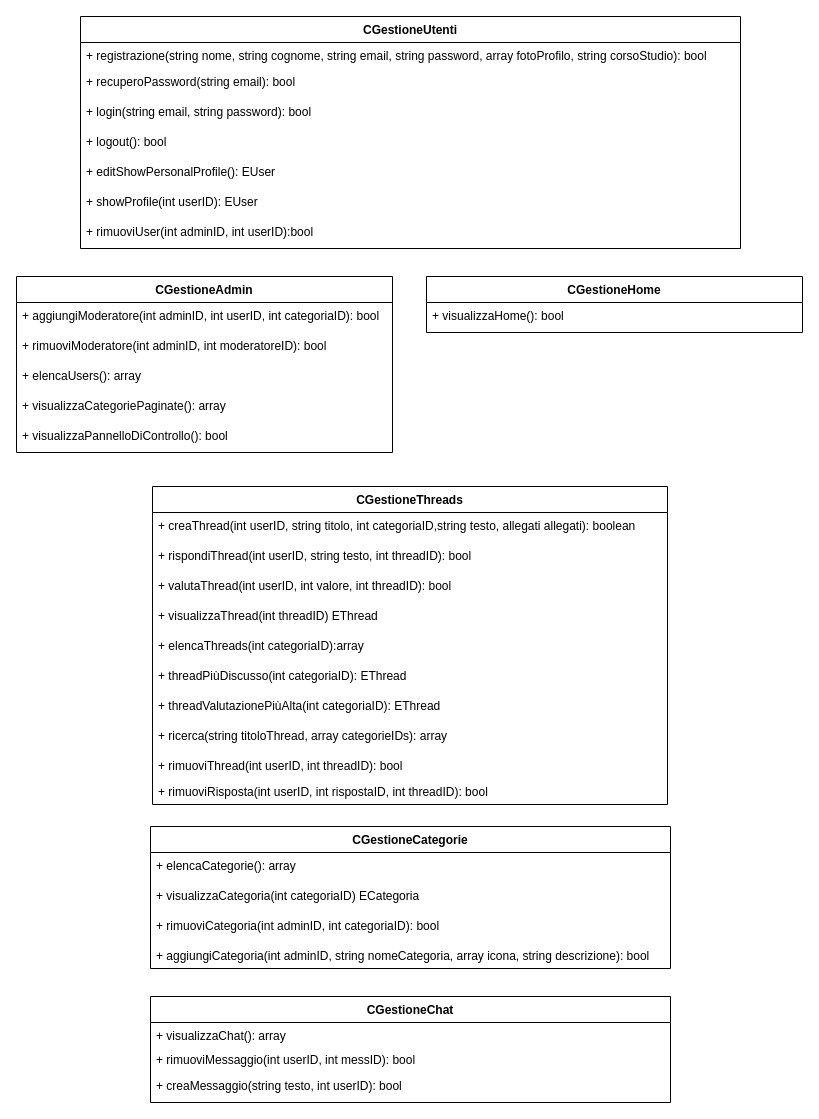
Earlier version of the draw.io diagram Diagrammi/UMLControl.drawio (EdoPan/UniChat). Source tidied: cells renumbered, new cells numbered last; positions are measured from the earlier drawing's top-left corner, leaving out a move shared by most shapes. Both pictures are drawn from the tidied source at 100%, with x=0, y=0 at pixel (16, 16).
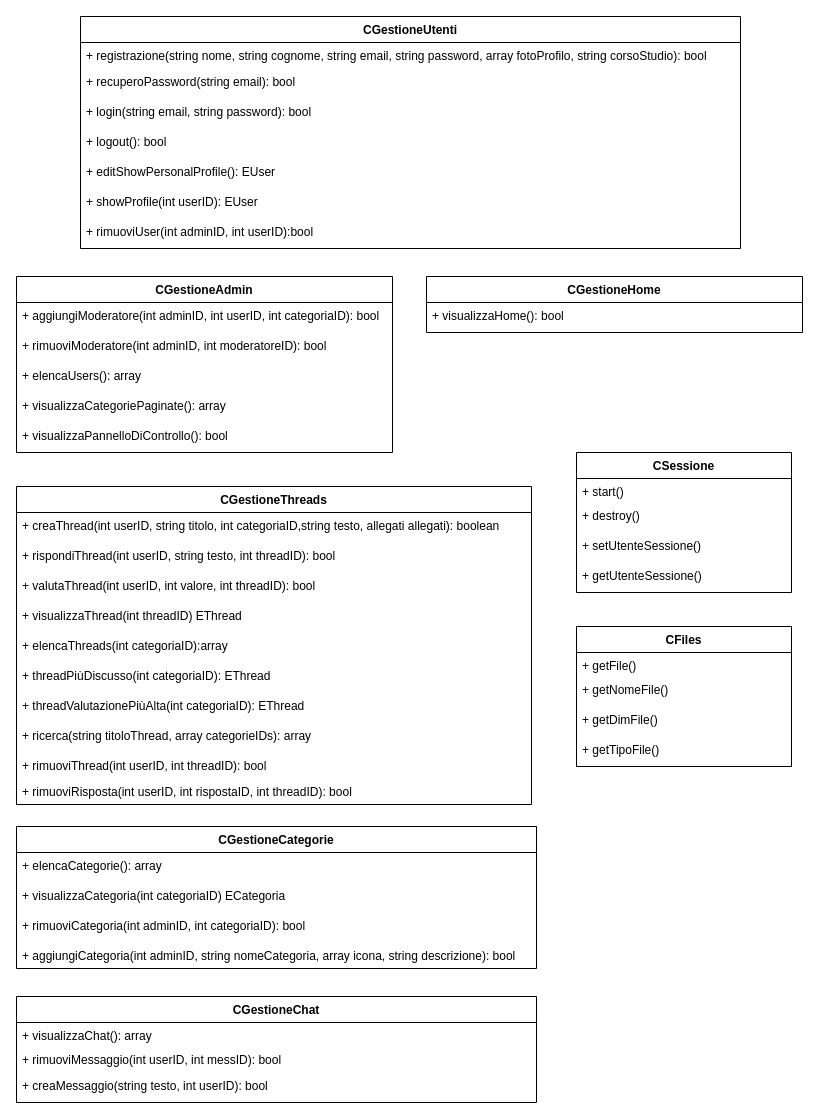
Above is the later version.

Commit message:
Aggiunte classi di controllo CSessione e CFiles al diagramma

Change to the diagram source:
```diff
@@
     <mxCell id="16" value="CGestioneThreads" style="swimlane;fontStyle=1;align=center;verticalAlign=top;horizontal=1;startSize=26;" parent="1" vertex="1">
-      <mxGeometry x="136" y="470" width="515" height="318" as="geometry" />
+      <mxGeometry y="470" width="515" height="318" as="geometry" />
     </mxCell>
@@
     <mxCell id="27" value="CGestioneCategorie" style="swimlane;fontStyle=1;align=center;verticalAlign=top;horizontal=1;startSize=26;" parent="1" vertex="1">
-      <mxGeometry x="134" y="810" width="520" height="142" as="geometry" />
+      <mxGeometry y="810" width="520" height="142" as="geometry" />
     </mxCell>
@@
     <mxCell id="32" value="CGestioneChat" style="swimlane;fontStyle=1;align=center;verticalAlign=top;horizontal=1;startSize=26;" parent="1" vertex="1">
-      <mxGeometry x="134" y="980" width="520" height="106" as="geometry" />
+      <mxGeometry y="980" width="520" height="106" as="geometry" />
     </mxCell>
@@
+    <mxCell id="38" value="CSessione" style="swimlane;fontStyle=1;align=center;verticalAlign=top;horizontal=1;startSize=26;" parent="1" vertex="1">
+      <mxGeometry x="560" y="436" width="215" height="140" as="geometry" />
+    </mxCell>
+    <mxCell id="39" value="+ start()" style="text;strokeColor=none;fillColor=none;align=left;verticalAlign=top;spacingLeft=4;spacingRight=4;overflow=hidden;" parent="38" vertex="1">
+      <mxGeometry y="26" width="215" height="24" as="geometry" />
+    </mxCell>
+    <mxCell id="40" value="+ destroy()" style="text;strokeColor=none;fillColor=none;align=left;verticalAlign=top;spacingLeft=4;spacingRight=4;overflow=hidden;" parent="38" vertex="1">
+      <mxGeometry y="50" width="215" height="30" as="geometry" />
+    </mxCell>
+    <mxCell id="41" value="+ setUtenteSessione()" style="text;strokeColor=none;fillColor=none;align=left;verticalAlign=top;spacingLeft=4;spacingRight=4;overflow=hidden;" parent="38" vertex="1">
+      <mxGeometry y="80" width="215" height="30" as="geometry" />
+    </mxCell>
+    <mxCell id="42" value="+ getUtenteSessione()" style="text;strokeColor=none;fillColor=none;align=left;verticalAlign=top;spacingLeft=4;spacingRight=4;overflow=hidden;" parent="38" vertex="1">
+      <mxGeometry y="110" width="215" height="30" as="geometry" />
+    </mxCell>
+    <mxCell id="43" value="CFiles" style="swimlane;fontStyle=1;align=center;verticalAlign=top;horizontal=1;startSize=26;" parent="1" vertex="1">
+      <mxGeometry x="560" y="610" width="215" height="140" as="geometry" />
+    </mxCell>
+    <mxCell id="44" value="+ getFile()" style="text;strokeColor=none;fillColor=none;align=left;verticalAlign=top;spacingLeft=4;spacingRight=4;overflow=hidden;" parent="43" vertex="1">
+      <mxGeometry y="26" width="215" height="24" as="geometry" />
+    </mxCell>
+    <mxCell id="45" value="+ getNomeFile()" style="text;strokeColor=none;fillColor=none;align=left;verticalAlign=top;spacingLeft=4;spacingRight=4;overflow=hidden;" parent="43" vertex="1">
+      <mxGeometry y="50" width="215" height="30" as="geometry" />
+    </mxCell>
+    <mxCell id="46" value="+ getDimFile()" style="text;strokeColor=none;fillColor=none;align=left;verticalAlign=top;spacingLeft=4;spacingRight=4;overflow=hidden;" parent="43" vertex="1">
+      <mxGeometry y="80" width="215" height="30" as="geometry" />
+    </mxCell>
+    <mxCell id="47" value="+ getTipoFile()" style="text;strokeColor=none;fillColor=none;align=left;verticalAlign=top;spacingLeft=4;spacingRight=4;overflow=hidden;" parent="43" vertex="1">
+      <mxGeometry y="110" width="215" height="30" as="geometry" />
+    </mxCell>
```
